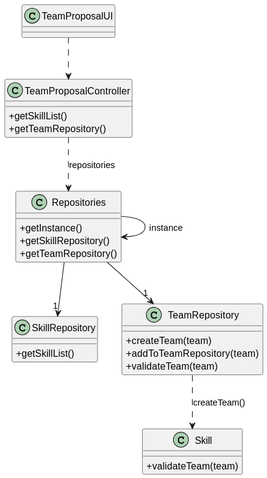
Before: docs/sprintB/us005/03.design/svg/us005-class-diagram.svg, a diagram exported from PlantUML (Rui-San/LAPR2_2023_2024).
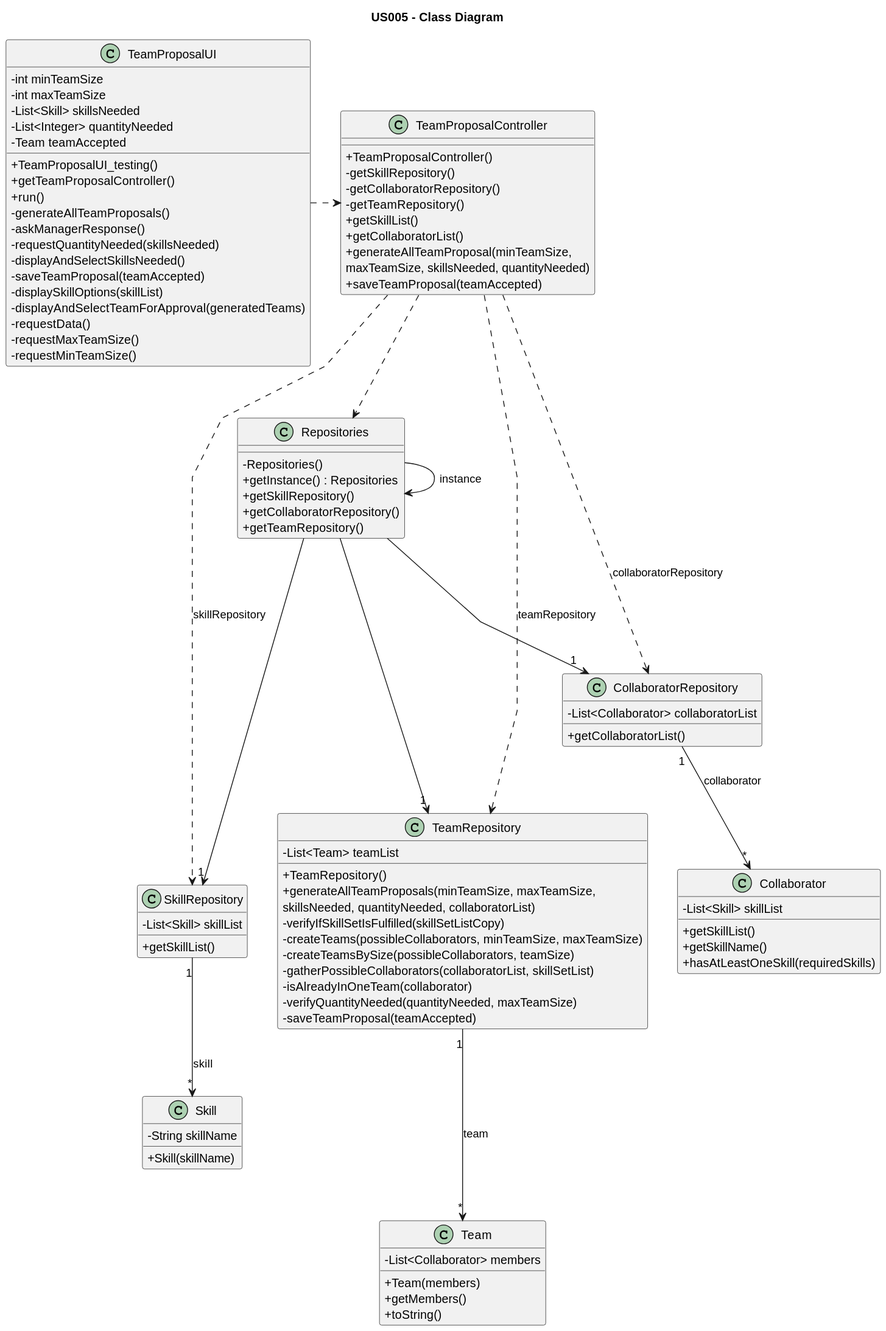
Later version of the same file.

Commit message:
US005 Class Diagram: - created class diagram for this us and svg

Change to the diagram source:
```diff
@@ -3,43 +3,113 @@
 skinparam shadowing false
 skinparam linetype polyline
 skinparam classAttributeIconSize 0
-
-Repositories -> Repositories : instance
+title US005 - Class Diagram
 
 
-Repositories --> "1" SkillRepository
-Repositories --> "1" TeamRepository
+class TeamProposalUI {
+    - int minTeamSize
+    - int maxTeamSize
+    - List<Skill> skillsNeeded
+    - List<Integer> quantityNeeded
+    - Team teamAccepted
 
-TeamRepository ..> Skill : createTeam()
-TeamProposalController ..> Repositories : repositories
-TeamProposalUI ..> TeamProposalController
-
-class TeamProposalUI {
+    + TeamProposalUI_testing()
+    + getTeamProposalController()
+    + run()
+    - generateAllTeamProposals()
+    - askManagerResponse()
+    - requestQuantityNeeded(skillsNeeded)
+    - displayAndSelectSkillsNeeded()
+    - saveTeamProposal(teamAccepted)
+    - displaySkillOptions(skillList)
+    - displayAndSelectTeamForApproval(generatedTeams)
+    - requestData()
+    - requestMaxTeamSize()
+    - requestMinTeamSize()
 
 }
 
 class TeamProposalController {
+    + TeamProposalController()
+    - getSkillRepository()
+    - getCollaboratorRepository()
+    - getTeamRepository()
     + getSkillList()
+    + getCollaboratorList()
+    + generateAllTeamProposal(minTeamSize,\nmaxTeamSize, skillsNeeded, quantityNeeded)
+    + saveTeamProposal(teamAccepted)
+}
+
+class Repositories {
+    - Repositories()
+    + getInstance() : Repositories
+    + getSkillRepository()
+    + getCollaboratorRepository()
     + getTeamRepository()
 }
 
-class Repositories {
-    + getInstance()
-    + getSkillRepository()
-    + getTeamRepository()
-}
+Class SkillRepository {
+    - List<Skill> skillList
 
-class SkillRepository {
     + getSkillList()
 }
 
+Class CollaboratorRepository {
+    - List<Collaborator> collaboratorList
+
+    + getCollaboratorList()
+
+}
+
 class TeamRepository {
-    + createTeam(team)
-    + addToTeamRepository(team)
-    + validateTeam(team)
+    - List<Team> teamList
+
+    + TeamRepository()
+    + generateAllTeamProposals(minTeamSize, maxTeamSize,\nskillsNeeded, quantityNeeded, collaboratorList)
+    - verifyIfSkillSetIsFulfilled(skillSetListCopy)
+    - createTeams(possibleCollaborators, minTeamSize, maxTeamSize)
+    - createTeamsBySize(possibleCollaborators, teamSize)
+    - gatherPossibleCollaborators(collaboratorList, skillSetList)
+    - isAlreadyInOneTeam(collaborator)
+    - verifyQuantityNeeded(quantityNeeded, maxTeamSize)
+    - saveTeamProposal(teamAccepted)
+}
+
+class Team {
+    - List<Collaborator> members
+
+    + Team(members)
+    + getMembers()
+    + toString()
 }
 
 class Skill {
-    + validateTeam(team)
+    - String skillName
+
+    + Skill(skillName)
 }
+
+class Collaborator {
+    - List<Skill> skillList
+
+    + getSkillList()
+    + getSkillName()
+    + hasAtLeastOneSkill(requiredSkills)
+}
+
+
+TeamProposalUI .right.> TeamProposalController
+
+TeamProposalController ..> Repositories
+
+Repositories ----> "1" SkillRepository
+Repositories ---> "1" CollaboratorRepository
+Repositories ----> "1" TeamRepository
+TeamProposalController ...> SkillRepository : skillRepository
+TeamProposalController ...> CollaboratorRepository : collaboratorRepository
+TeamProposalController ...> TeamRepository : teamRepository
+Repositories -> Repositories : instance
+TeamRepository "1" ---> "*" Team :team
+SkillRepository "1" --> "*" Skill : skill
+CollaboratorRepository "1" --> "*" Collaborator : collaborator
 @enduml
```
